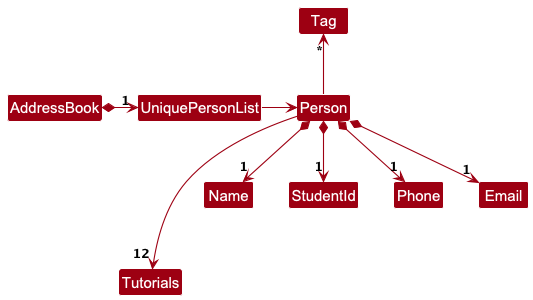
This is docs/images/BetterModelClassDiagram.png from nus-cs2103-AY2425S1/tp, a PlantUML export, as it was before one commit.
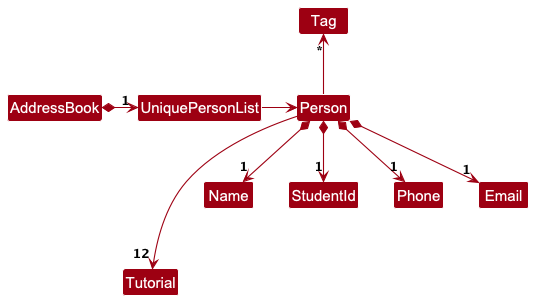
The same file after the commit.

Change to the diagram source:
```diff
@@ -10,7 +10,7 @@
 
 Person -up-> "*" Tag
 
-Person ---> "12" Tutorials
+Person ---> "12" Tutorial
 Person *--> "1" Name
 Person *--> "1" StudentId
 Person *--> "1" Phone
```
